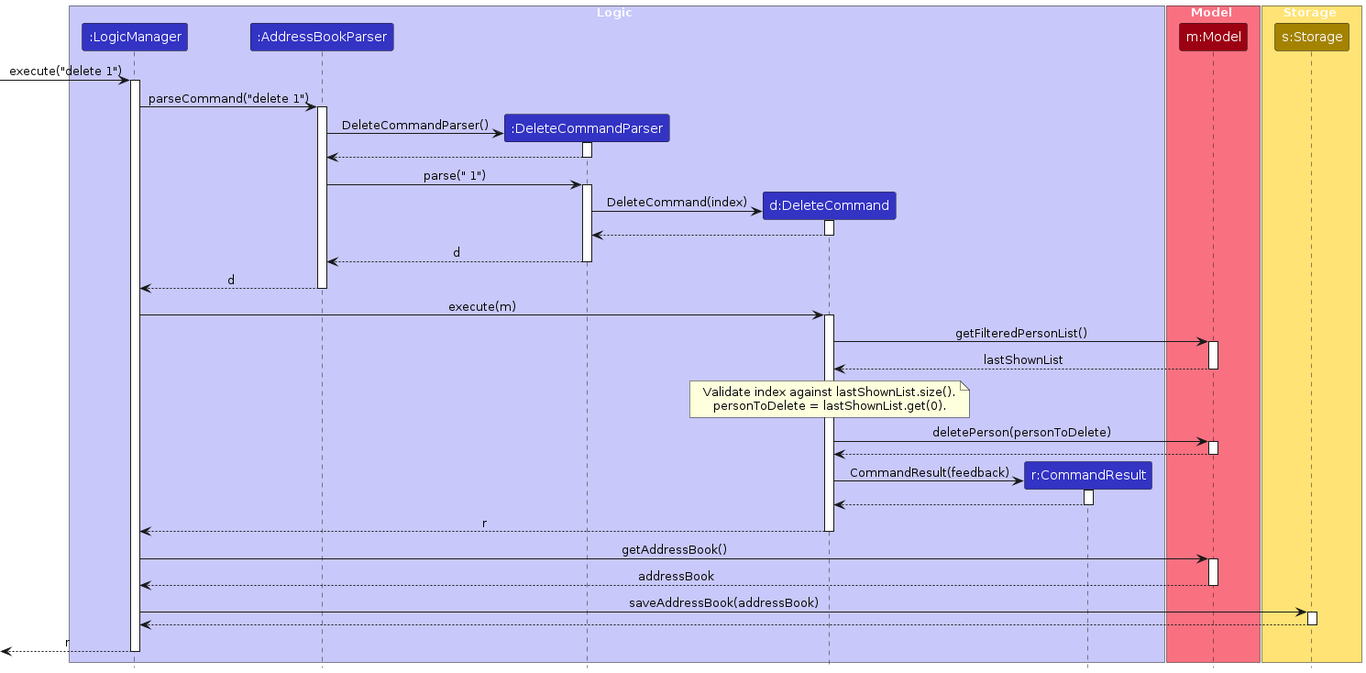
Earlier version of the PlantUML export diagrams/DeleteSequenceDiagram.png (AY2627S1-CS2103T-F13-2/tp). Its source is kept beside it as diagrams/DeleteSequenceDiagram.puml.
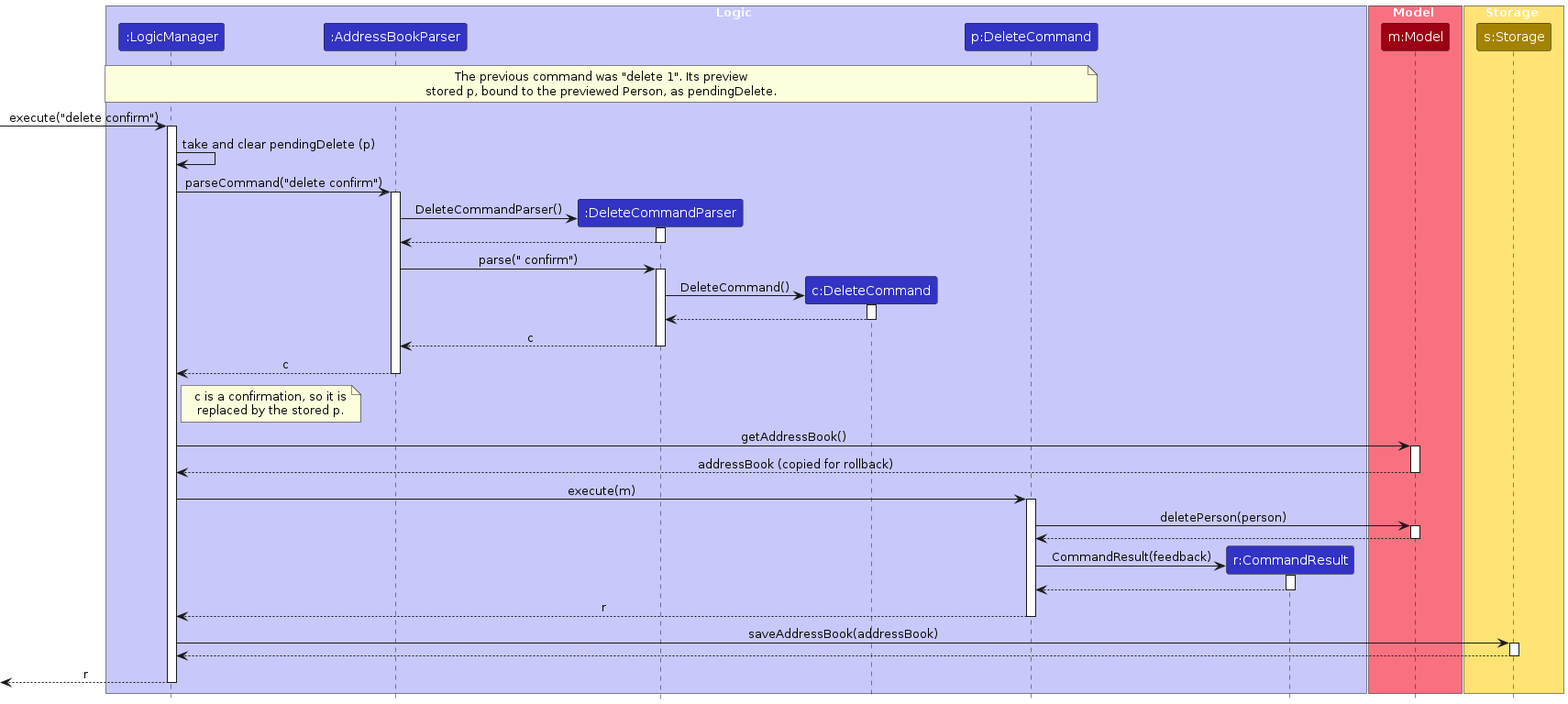
The same file after the commit.

Change to the diagram source:
```diff
@@ -6,7 +6,8 @@
 participant ":LogicManager" as LogicManager LOGIC_COLOR
 participant ":AddressBookParser" as AddressBookParser LOGIC_COLOR
 participant ":DeleteCommandParser" as DeleteCommandParser LOGIC_COLOR
-participant "d:DeleteCommand" as DeleteCommand LOGIC_COLOR
+participant "c:DeleteCommand" as Confirmation LOGIC_COLOR
+participant "p:DeleteCommand" as Pending LOGIC_COLOR
 participant "r:CommandResult" as CommandResult LOGIC_COLOR
 end box
 
@@ -18,10 +19,17 @@
 participant "s:Storage" as Storage STORAGE_COLOR
 end box
 
-[-> LogicManager : execute("delete 1")
+note over LogicManager, Pending
+  The previous command was "delete 1". Its preview
+  stored p, bound to the previewed Person, as pendingDelete.
+end note
+
+[-> LogicManager : execute("delete confirm")
 activate LogicManager
 
-LogicManager -> AddressBookParser : parseCommand("delete 1")
+LogicManager -> LogicManager : take and clear pendingDelete (p)
+
+LogicManager -> AddressBookParser : parseCommand("delete confirm")
 activate AddressBookParser
 
 create DeleteCommandParser
@@ -31,54 +39,49 @@
 DeleteCommandParser --> AddressBookParser
 deactivate DeleteCommandParser
 
-AddressBookParser -> DeleteCommandParser : parse(" 1")
+AddressBookParser -> DeleteCommandParser : parse(" confirm")
 activate DeleteCommandParser
 
-create DeleteCommand
-DeleteCommandParser -> DeleteCommand : DeleteCommand(index)
-activate DeleteCommand
+create Confirmation
+DeleteCommandParser -> Confirmation : DeleteCommand()
+activate Confirmation
 
-DeleteCommand --> DeleteCommandParser :
-deactivate DeleteCommand
+Confirmation --> DeleteCommandParser
+deactivate Confirmation
 
-DeleteCommandParser --> AddressBookParser : d
+DeleteCommandParser --> AddressBookParser : c
 deactivate DeleteCommandParser
-AddressBookParser --> LogicManager : d
+AddressBookParser --> LogicManager : c
 deactivate AddressBookParser
 
-LogicManager -> DeleteCommand : execute(m)
-activate DeleteCommand
+note right of LogicManager
+  c is a confirmation, so it is
+  replaced by the stored p.
+end note
 
-DeleteCommand -> Model : getFilteredPersonList()
+LogicManager -> Model : getAddressBook()
 activate Model
-Model --> DeleteCommand : lastShownList
+Model --> LogicManager : addressBook (copied for rollback)
 deactivate Model
 
-note over DeleteCommand
-  Validate index against lastShownList.size().
-  personToDelete = lastShownList.get(0).
-end note
+LogicManager -> Pending : execute(m)
+activate Pending
 
-DeleteCommand -> Model : deletePerson(personToDelete)
+Pending -> Model : deletePerson(person)
 activate Model
 
-Model --> DeleteCommand
+Model --> Pending
 deactivate Model
 
 create CommandResult
-DeleteCommand -> CommandResult : CommandResult(feedback)
+Pending -> CommandResult : CommandResult(feedback)
 activate CommandResult
 
-CommandResult --> DeleteCommand
+CommandResult --> Pending
 deactivate CommandResult
 
-DeleteCommand --> LogicManager : r
-deactivate DeleteCommand
-
-LogicManager -> Model : getAddressBook()
-activate Model
-Model --> LogicManager : addressBook
-deactivate Model
+Pending --> LogicManager : r
+deactivate Pending
 
 LogicManager -> Storage : saveAddressBook(addressBook)
 activate Storage
```
